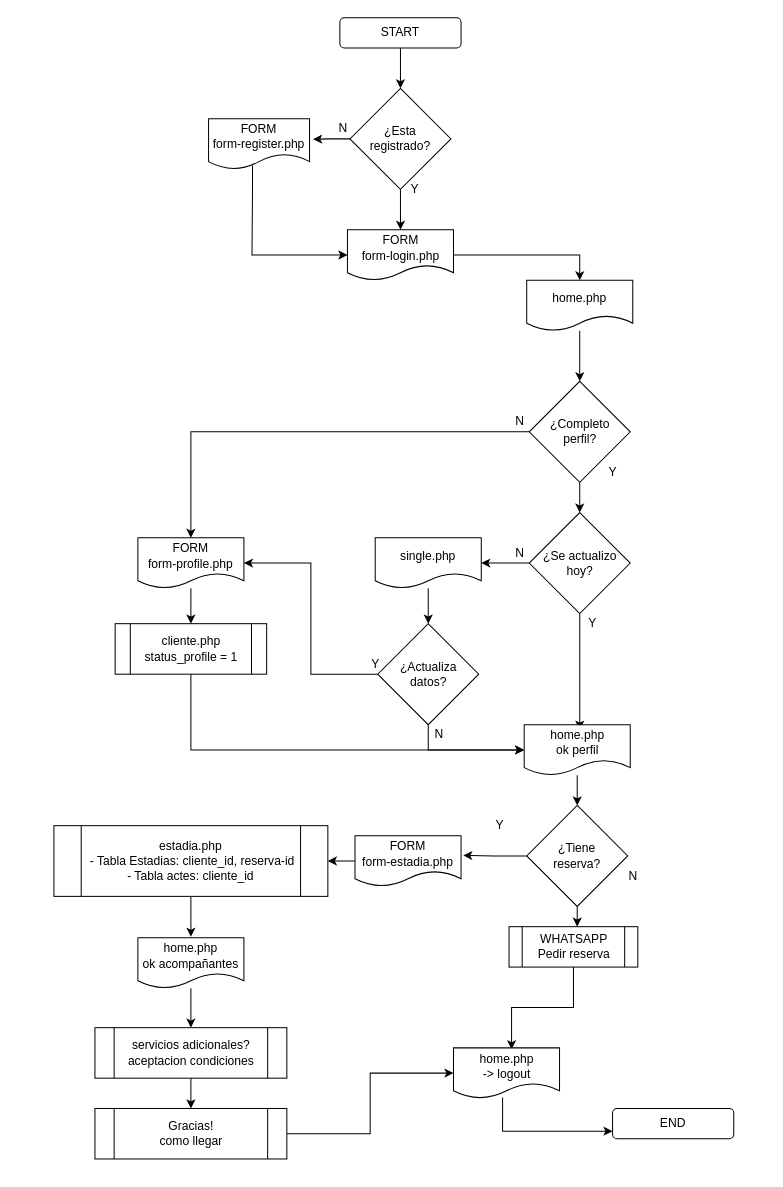
danielo101/db-diagrams keeps this draw.io diagram as page "UX FrontEnd" (2 of 5) of web-checkin/hotel-web-checkin.drawio. Above is the earlier version. Source tidied: cells renumbered, new cells numbered last; positions are measured from the earlier drawing's top-left corner, leaving out a move shared by most shapes. Both pictures are drawn from the tidied source at 101%, with x=0, y=0 at pixel (54, 17).
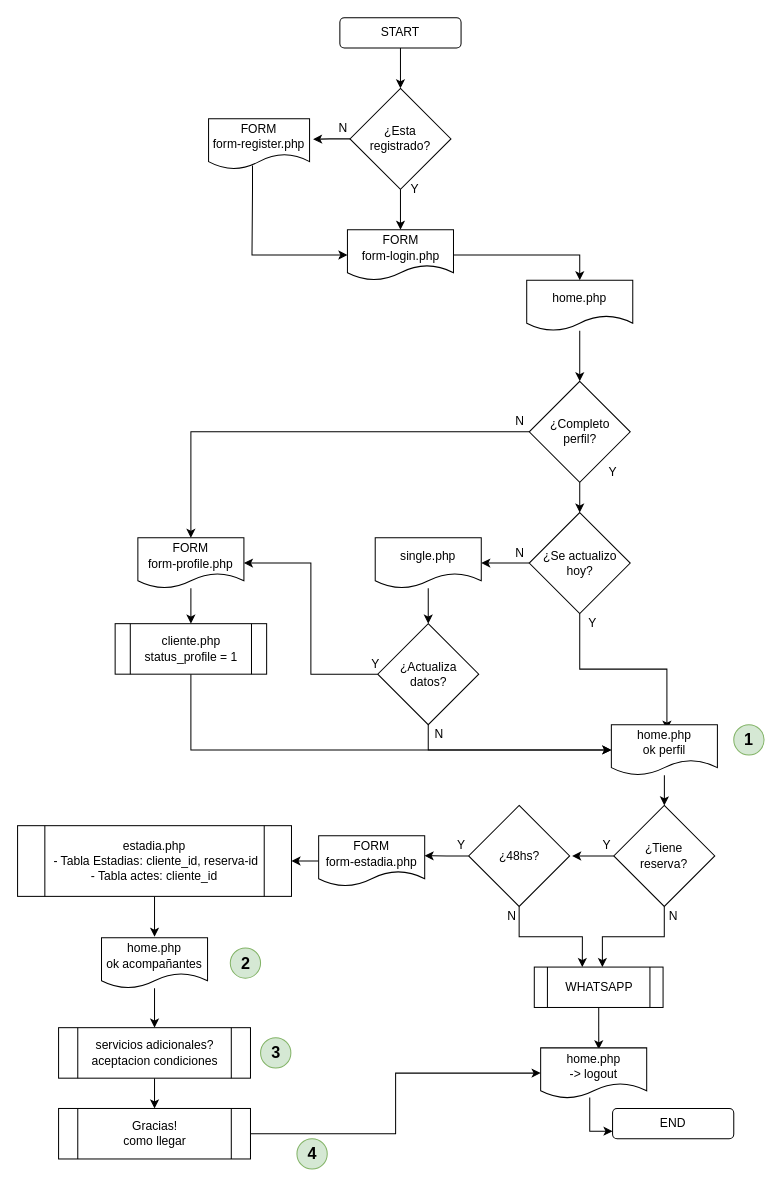
The same diagram, later.

What changed in the source:
```diff
@@
-    <mxCell id="18" style="edgeStyle=orthogonalEdgeStyle;rounded=0;jettySize=auto;html=1;entryX=1.02;entryY=0.388;entryDx=0;entryDy=0;entryPerimeter=0;" parent="1" edge="1" source="20" target="22">
-      <mxGeometry relative="1" as="geometry" />
-    </mxCell>
@@
+    <mxCell id="58" style="edgeStyle=orthogonalEdgeStyle;rounded=0;jettySize=auto;html=1;fontSize=16;" parent="1" edge="1" source="20">
+      <mxGeometry relative="1" as="geometry">
+        <mxPoint x="513" y="830" as="targetPoint" />
+      </mxGeometry>
+    </mxCell>
     <mxCell id="20" value="&lt;div&gt;¿Tiene&lt;/div&gt;&lt;div&gt;reserva?&lt;br&gt;&lt;/div&gt;" style="rhombus;whiteSpace=wrap;html=1;" parent="1" vertex="1">
-      <mxGeometry x="468" y="780" width="100" height="100" as="geometry" />
+      <mxGeometry x="554.2" y="780" width="100" height="100" as="geometry" />
     </mxCell>
@@
     <mxCell id="22" value="&lt;div&gt;FORM&lt;br&gt;&lt;/div&gt;&lt;div&gt;form-estadia.php&lt;br&gt;&lt;/div&gt;" style="shape=document;whiteSpace=wrap;html=1;boundedLbl=1;" parent="1" vertex="1">
-      <mxGeometry x="298" y="810" width="105" height="50" as="geometry" />
+      <mxGeometry x="262" y="810" width="105" height="50" as="geometry" />
     </mxCell>
     <mxCell id="23" style="edgeStyle=orthogonalEdgeStyle;rounded=0;jettySize=auto;html=1;" parent="1" edge="1" source="24">
       <mxGeometry relative="1" as="geometry">
-        <mxPoint x="135.5" y="910" as="targetPoint" />
+        <mxPoint x="99.5" y="910" as="targetPoint" />
       </mxGeometry>
     </mxCell>
     <mxCell id="24" value="&lt;div&gt;estadia.php&lt;/div&gt;&lt;div&gt;&amp;nbsp;- Tabla Estadias: cliente_id, reserva-id&lt;/div&gt;&lt;div&gt;- Tabla actes: cliente_id&lt;br&gt;&lt;/div&gt;" style="shape=process;whiteSpace=wrap;html=1;backgroundOutline=1;" parent="1" vertex="1">
-      <mxGeometry x="-0.1" y="800" width="271.2" height="70" as="geometry" />
+      <mxGeometry x="-36.1" y="800" width="271.2" height="70" as="geometry" />
     </mxCell>
@@
     <mxCell id="42" value="&lt;div&gt;home.php&lt;br&gt;&lt;/div&gt;&lt;div&gt;ok perfil&lt;br&gt;&lt;/div&gt;" style="shape=document;whiteSpace=wrap;html=1;boundedLbl=1;" parent="1" vertex="1">
-      <mxGeometry x="465.5" y="700" width="105" height="50" as="geometry" />
+      <mxGeometry x="551.8" y="700" width="105" height="50" as="geometry" />
     </mxCell>
     <mxCell id="43" value="Y" style="text;html=1;align=center;verticalAlign=middle;strokeColor=none;fillColor=none;" parent="1" vertex="1">
-      <mxGeometry x="430.5" y="790" width="20" height="20" as="geometry" />
+      <mxGeometry x="536.8" y="810" width="20" height="20" as="geometry" />
     </mxCell>
     <mxCell id="44" value="N" style="text;html=1;align=center;verticalAlign=middle;strokeColor=none;fillColor=none;" parent="1" vertex="1">
-      <mxGeometry x="563" y="840" width="20" height="20" as="geometry" />
+      <mxGeometry x="603" y="880" width="20" height="20" as="geometry" />
     </mxCell>
@@
-    <mxCell id="46" value="&lt;div&gt;WHATSAPP&lt;/div&gt;&lt;div&gt;Pedir reserva&lt;br&gt;&lt;/div&gt;" style="shape=process;whiteSpace=wrap;html=1;backgroundOutline=1;" parent="1" vertex="1">
-      <mxGeometry x="450.5" y="900" width="127.5" height="40" as="geometry" />
+    <mxCell id="46" value="&lt;div&gt;WHATSAPP&lt;/div&gt;" style="shape=process;whiteSpace=wrap;html=1;backgroundOutline=1;" parent="1" vertex="1">
+      <mxGeometry x="475.5" y="940" width="127.5" height="40" as="geometry" />
     </mxCell>
@@
     <mxCell id="50" value="&lt;div&gt;home.php&lt;/div&gt;&lt;div&gt;-&amp;gt; logout&lt;br&gt;&lt;/div&gt;" style="shape=document;whiteSpace=wrap;html=1;boundedLbl=1;" parent="1" vertex="1">
-      <mxGeometry x="395.5" y="1020" width="105" height="50" as="geometry" />
+      <mxGeometry x="481.8" y="1020" width="105" height="50" as="geometry" />
     </mxCell>
@@
     <mxCell id="52" value="&lt;div&gt;home.php&lt;br&gt;&lt;/div&gt;&lt;div&gt;ok acompañantes&lt;/div&gt;" style="shape=document;whiteSpace=wrap;html=1;boundedLbl=1;" parent="1" vertex="1">
-      <mxGeometry x="83" y="911" width="105" height="50" as="geometry" />
+      <mxGeometry x="47" y="911" width="105" height="50" as="geometry" />
     </mxCell>
@@
     <mxCell id="54" value="&lt;div&gt;servicios adicionales?&lt;/div&gt;&lt;div&gt;aceptacion condiciones&lt;br&gt;&lt;/div&gt;" style="shape=process;whiteSpace=wrap;html=1;backgroundOutline=1;" parent="1" vertex="1">
-      <mxGeometry x="40.5" y="1000" width="190" height="50" as="geometry" />
+      <mxGeometry x="4.5" y="1000" width="190" height="50" as="geometry" />
     </mxCell>
@@
     <mxCell id="56" value="&lt;div&gt;Gracias!&lt;/div&gt;&lt;div&gt;como llegar&lt;br&gt;&lt;/div&gt;" style="shape=process;whiteSpace=wrap;html=1;backgroundOutline=1;" parent="1" vertex="1">
-      <mxGeometry x="40.5" y="1080" width="190" height="50" as="geometry" />
+      <mxGeometry x="4.5" y="1080" width="190" height="50" as="geometry" />
     </mxCell>
@@
+    <mxCell id="59" value="&lt;div style=&quot;font-size: 16px;&quot;&gt;1&lt;/div&gt;" style="ellipse;whiteSpace=wrap;html=1;fontStyle=1;fontSize=16;fillColor=#d5e8d4;strokeColor=#82b366;" parent="1" vertex="1">
+      <mxGeometry x="673" y="700" width="30" height="30" as="geometry" />
+    </mxCell>
+    <mxCell id="60" value="2" style="ellipse;whiteSpace=wrap;html=1;fontStyle=1;fontSize=16;fillColor=#d5e8d4;strokeColor=#82b366;" parent="1" vertex="1">
+      <mxGeometry x="174.5" y="921" width="30" height="30" as="geometry" />
+    </mxCell>
+    <mxCell id="61" value="3" style="ellipse;whiteSpace=wrap;html=1;fontStyle=1;fontSize=16;fillColor=#d5e8d4;strokeColor=#82b366;" parent="1" vertex="1">
+      <mxGeometry x="204.5" y="1010" width="30" height="30" as="geometry" />
+    </mxCell>
+    <mxCell id="62" value="4" style="ellipse;whiteSpace=wrap;html=1;fontStyle=1;fontSize=16;fillColor=#d5e8d4;strokeColor=#82b366;" parent="1" vertex="1">
+      <mxGeometry x="240.5" y="1110" width="30" height="30" as="geometry" />
+    </mxCell>
+    <mxCell id="63" style="edgeStyle=orthogonalEdgeStyle;rounded=0;jettySize=auto;html=1;fontSize=16;entryX=0.999;entryY=0.396;entryDx=0;entryDy=0;entryPerimeter=0;" parent="1" edge="1" source="65" target="22">
+      <mxGeometry relative="1" as="geometry" />
+    </mxCell>
+    <mxCell id="64" style="edgeStyle=orthogonalEdgeStyle;rounded=0;jettySize=auto;html=1;entryX=0.373;entryY=0;entryDx=0;entryDy=0;entryPerimeter=0;fontSize=16;" parent="1" edge="1" source="65" target="46">
+      <mxGeometry relative="1" as="geometry" />
+    </mxCell>
+    <mxCell id="65" value="¿48hs?" style="rhombus;whiteSpace=wrap;html=1;" parent="1" vertex="1">
+      <mxGeometry x="410.5" y="780" width="100" height="100" as="geometry" />
+    </mxCell>
+    <mxCell id="66" value="Y" style="text;html=1;align=center;verticalAlign=middle;strokeColor=none;fillColor=none;" parent="1" vertex="1">
+      <mxGeometry x="393" y="810" width="20" height="20" as="geometry" />
+    </mxCell>
+    <mxCell id="67" value="N" style="text;html=1;align=center;verticalAlign=middle;strokeColor=none;fillColor=none;" parent="1" vertex="1">
+      <mxGeometry x="443" y="880" width="20" height="20" as="geometry" />
+    </mxCell>
```
